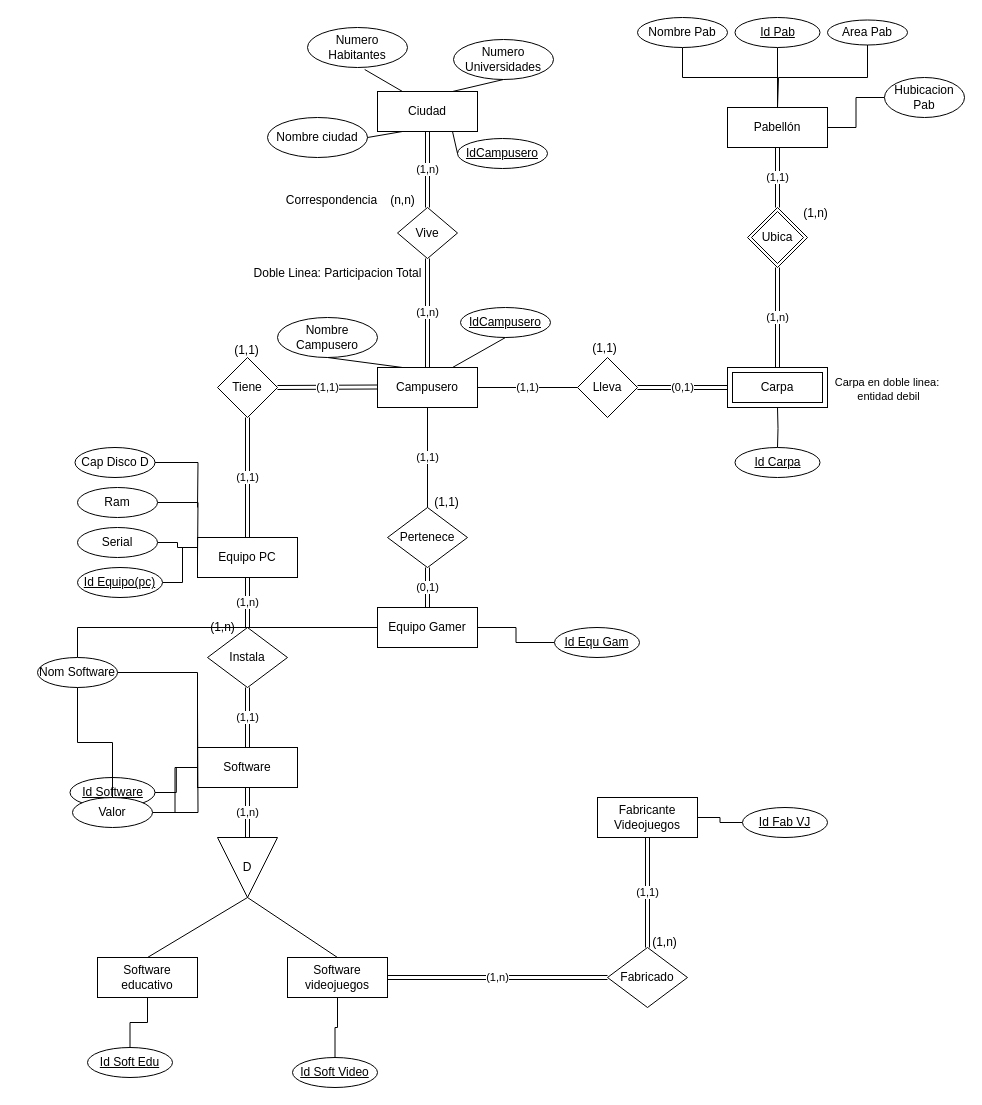
Above: page "Página-1" (1 of 2) of Diagrama sin título.drawio in TatianaVZ5/gdatos. (draw.io), before the change. Source tidied: cells renumbered, new cells numbered last; positions are measured from the earlier drawing's top-left corner, leaving out a move shared by most shapes. Both pictures are drawn from the tidied source at 100%, with x=0, y=0 at pixel (37, 17).
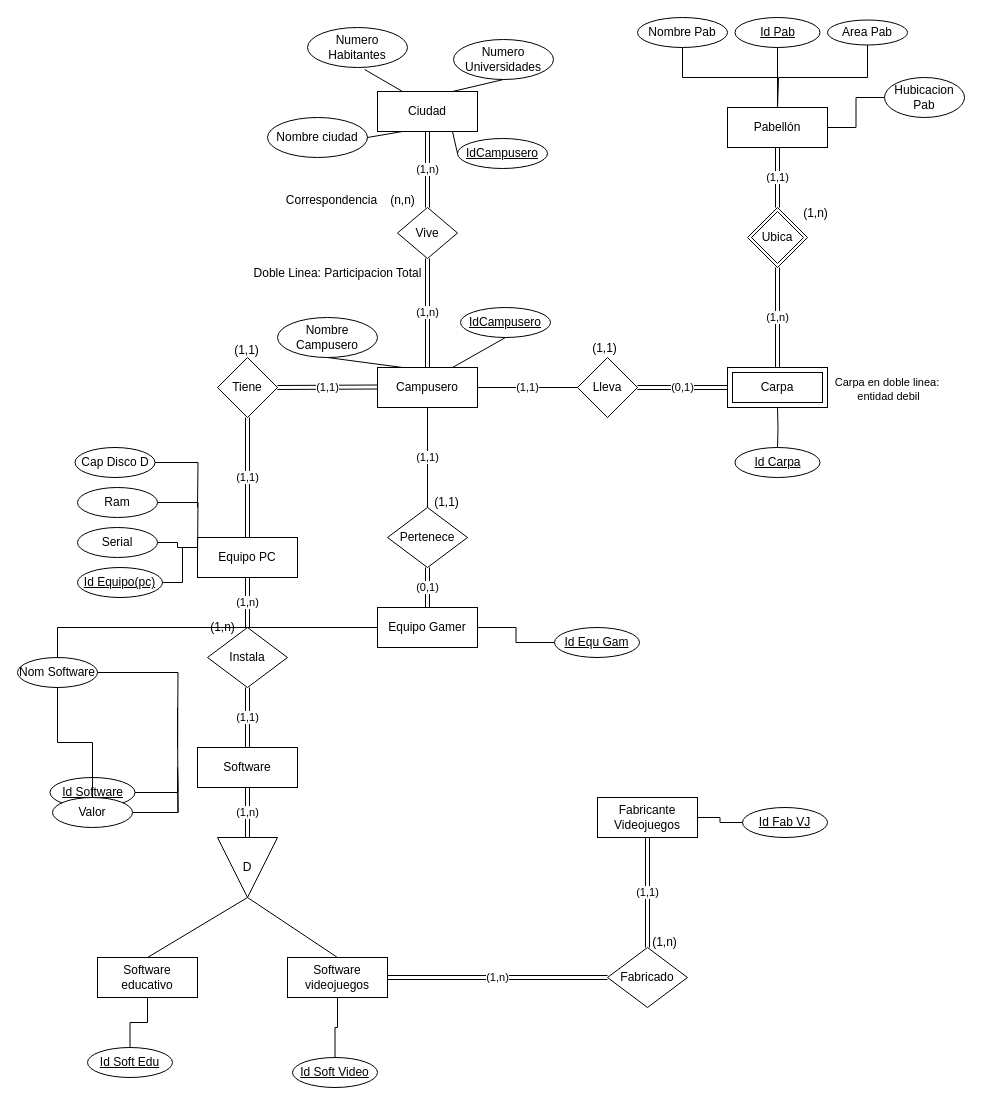
After the change.

The change refers to these unchanged cells:
```xml
<mxCell id="11" value="Software" style="whiteSpace=wrap;html=1;align=center;" parent="1" vertex="1">
  <mxGeometry x="160" y="730" width="100" height="40" as="geometry" />
</mxCell>
```

The edit, as a diff of the source:
```diff
@@
     <mxCell id="5" style="edgeStyle=orthogonalEdgeStyle;rounded=0;jettySize=auto;html=1;strokeColor=default;align=center;verticalAlign=middle;fontFamily=Helvetica;fontSize=11;fontColor=default;labelBackgroundColor=default;endArrow=none;endFill=0;" parent="1" edge="1" source="84">
       <mxGeometry relative="1" as="geometry">
-        <mxPoint x="72.5" y="765" as="targetPoint" />
+        <mxPoint x="52.5" y="765" as="targetPoint" />
       </mxGeometry>
     </mxCell>
@@
-    <mxCell id="55" style="edgeStyle=orthogonalEdgeStyle;rounded=0;jettySize=auto;html=1;strokeColor=default;align=center;verticalAlign=middle;fontFamily=Helvetica;fontSize=11;fontColor=default;labelBackgroundColor=default;endArrow=none;endFill=0;" parent="1" edge="1" source="56" target="11">
-      <mxGeometry relative="1" as="geometry" />
+    <mxCell id="55" style="edgeStyle=orthogonalEdgeStyle;rounded=0;jettySize=auto;html=1;strokeColor=default;align=center;verticalAlign=middle;fontFamily=Helvetica;fontSize=11;fontColor=default;labelBackgroundColor=default;endArrow=none;endFill=0;" parent="1" edge="1" source="56">
+      <mxGeometry relative="1" as="geometry">
+        <mxPoint x="140" y="750" as="targetPoint" />
+      </mxGeometry>
     </mxCell>
     <mxCell id="56" value="Id Software" style="ellipse;whiteSpace=wrap;html=1;align=center;fontStyle=4;" parent="1" vertex="1">
-      <mxGeometry x="32.5" y="760" width="85" height="30" as="geometry" />
+      <mxGeometry x="12.5" y="760" width="85" height="30" as="geometry" />
     </mxCell>
@@
     <mxCell id="77" style="edgeStyle=orthogonalEdgeStyle;rounded=0;jettySize=auto;html=1;strokeColor=default;align=center;verticalAlign=middle;fontFamily=Helvetica;fontSize=11;fontColor=default;labelBackgroundColor=default;endArrow=none;endFill=0;" parent="1" edge="1" source="84">
       <mxGeometry relative="1" as="geometry">
-        <mxPoint x="160" y="690" as="targetPoint" />
+        <mxPoint x="140" y="690" as="targetPoint" />
       </mxGeometry>
     </mxCell>
@@
-    <mxCell id="80" style="edgeStyle=orthogonalEdgeStyle;rounded=0;jettySize=auto;html=1;entryX=0;entryY=0;entryDx=0;entryDy=0;strokeColor=default;align=center;verticalAlign=middle;fontFamily=Helvetica;fontSize=11;fontColor=default;labelBackgroundColor=default;endArrow=none;endFill=0;" parent="1" edge="1" source="81" target="11">
-      <mxGeometry relative="1" as="geometry" />
+    <mxCell id="80" style="edgeStyle=orthogonalEdgeStyle;rounded=0;jettySize=auto;html=1;entryX=0;entryY=0;entryDx=0;entryDy=0;strokeColor=default;align=center;verticalAlign=middle;fontFamily=Helvetica;fontSize=11;fontColor=default;labelBackgroundColor=default;endArrow=none;endFill=0;" parent="1" edge="1" source="81">
+      <mxGeometry relative="1" as="geometry">
+        <mxPoint x="140" y="730" as="targetPoint" />
+      </mxGeometry>
     </mxCell>
     <mxCell id="81" value="Nom Software" style="ellipse;whiteSpace=wrap;html=1;align=center;" parent="1" vertex="1">
-      <mxGeometry y="640" width="80" height="30" as="geometry" />
+      <mxGeometry x="-20" y="640" width="80" height="30" as="geometry" />
     </mxCell>
@@
-    <mxCell id="83" style="edgeStyle=orthogonalEdgeStyle;rounded=0;jettySize=auto;html=1;entryX=0;entryY=0.5;entryDx=0;entryDy=0;strokeColor=default;align=center;verticalAlign=middle;fontFamily=Helvetica;fontSize=11;fontColor=default;labelBackgroundColor=default;endArrow=none;endFill=0;" parent="1" edge="1" source="84" target="11">
-      <mxGeometry relative="1" as="geometry" />
+    <mxCell id="83" style="edgeStyle=orthogonalEdgeStyle;rounded=0;jettySize=auto;html=1;entryX=0;entryY=0.5;entryDx=0;entryDy=0;strokeColor=default;align=center;verticalAlign=middle;fontFamily=Helvetica;fontSize=11;fontColor=default;labelBackgroundColor=default;endArrow=none;endFill=0;" parent="1" edge="1" source="84">
+      <mxGeometry relative="1" as="geometry">
+        <mxPoint x="140" y="750" as="targetPoint" />
+      </mxGeometry>
     </mxCell>
     <mxCell id="84" value="Valor" style="ellipse;whiteSpace=wrap;html=1;align=center;" parent="1" vertex="1">
-      <mxGeometry x="35" y="780" width="80" height="30" as="geometry" />
+      <mxGeometry x="15" y="780" width="80" height="30" as="geometry" />
     </mxCell>
```
